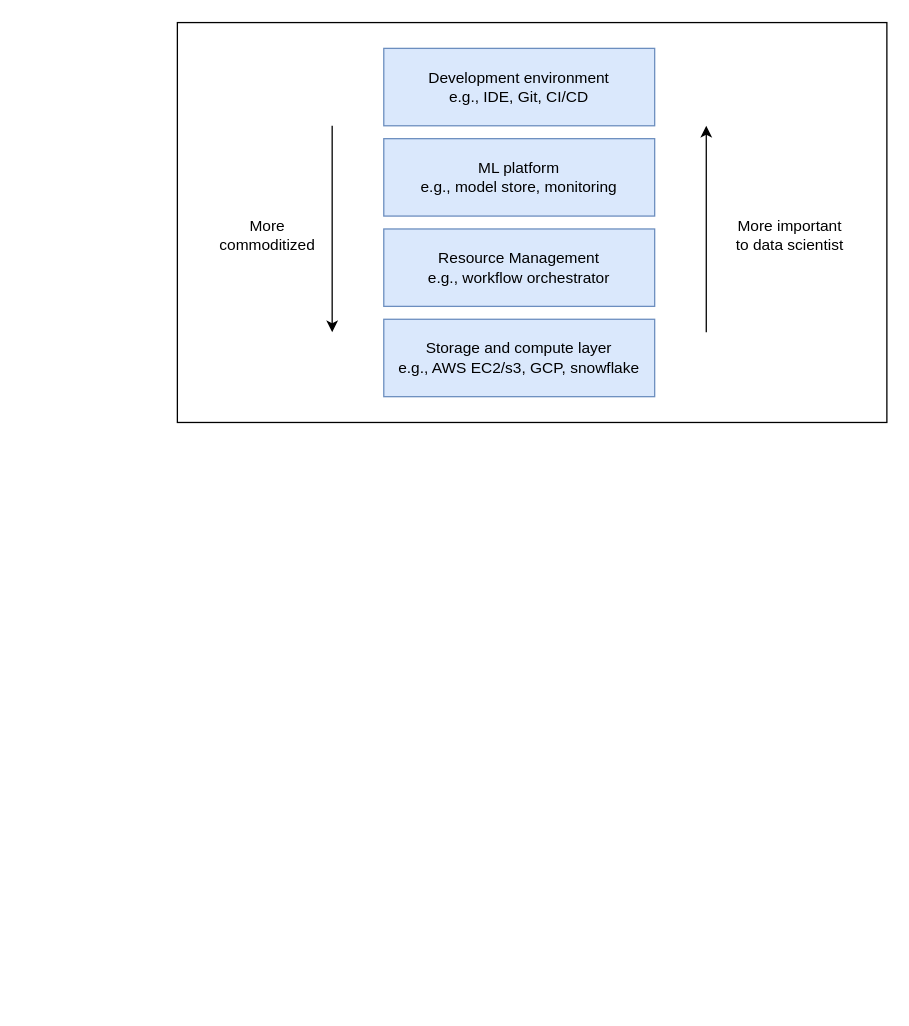
GuilinDev/Notes keeps this draw.io diagram as drawio/MLOps.drawio. Above is the earlier version. Source tidied: cells renumbered, new cells numbered last; positions are measured from the earlier drawing's top-left corner, leaving out a move shared by most shapes. Both pictures are drawn from the tidied source at 129%, with x=0, y=0 at pixel (177, 22).
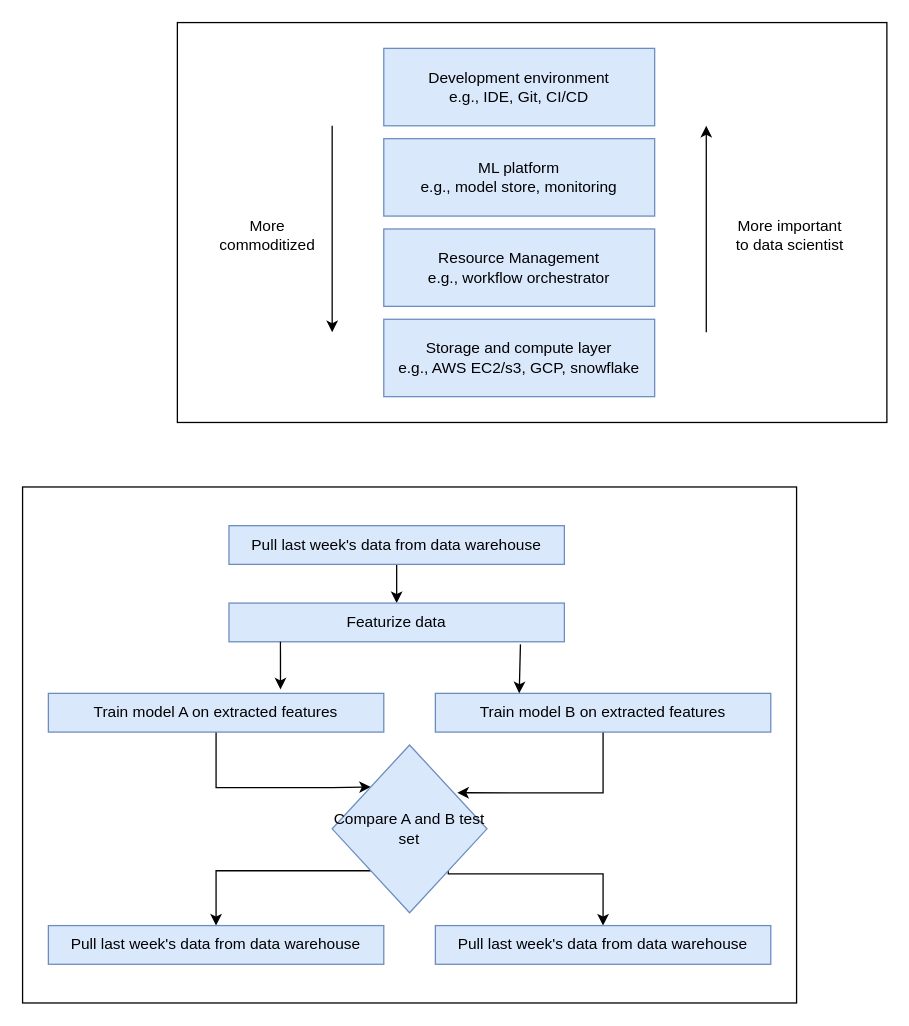
The same page after the edit.

Change to the diagram source:
```diff
@@
+    <mxCell id="11" style="rounded=0;whiteSpace=wrap;html=1;" parent="1" vertex="1">
+      <mxGeometry x="-120" y="360" width="600" height="400" as="geometry" />
+    </mxCell>
@@
+    <mxCell id="12" style="edgeStyle=orthogonalEdgeStyle;rounded=0;jettySize=auto;html=1;" parent="1" edge="1" source="13" target="14">
+      <mxGeometry relative="1" as="geometry" />
+    </mxCell>
+    <mxCell id="13" value="Pull last week's data from data warehouse" style="rounded=0;whiteSpace=wrap;html=1;fillColor=#dae8fc;strokeColor=#6c8ebf;" parent="1" vertex="1">
+      <mxGeometry x="40" y="390" width="260" height="30" as="geometry" />
+    </mxCell>
+    <mxCell id="14" value="Featurize data" style="rounded=0;whiteSpace=wrap;html=1;fillColor=#dae8fc;strokeColor=#6c8ebf;" parent="1" vertex="1">
+      <mxGeometry x="40" y="450" width="260" height="30" as="geometry" />
+    </mxCell>
+    <mxCell id="15" style="edgeStyle=orthogonalEdgeStyle;rounded=0;jettySize=auto;html=1;entryX=0;entryY=0;entryDx=0;entryDy=0;" parent="1" edge="1" source="16" target="21">
+      <mxGeometry relative="1" as="geometry">
+        <Array as="points">
+          <mxPoint x="30" y="593" />
+          <mxPoint x="120" y="593" />
+        </Array>
+      </mxGeometry>
+    </mxCell>
+    <mxCell id="16" value="Train model A on extracted features" style="rounded=0;whiteSpace=wrap;html=1;fillColor=#dae8fc;strokeColor=#6c8ebf;" parent="1" vertex="1">
+      <mxGeometry x="-100" y="520" width="260" height="30" as="geometry" />
+    </mxCell>
+    <mxCell id="17" style="edgeStyle=orthogonalEdgeStyle;rounded=0;jettySize=auto;html=1;entryX=0.808;entryY=0.285;entryDx=0;entryDy=0;entryPerimeter=0;" parent="1" edge="1" source="18" target="21">
+      <mxGeometry relative="1" as="geometry">
+        <Array as="points">
+          <mxPoint x="330" y="597" />
+        </Array>
+      </mxGeometry>
+    </mxCell>
+    <mxCell id="18" value="Train model B on extracted features" style="rounded=0;whiteSpace=wrap;html=1;fillColor=#dae8fc;strokeColor=#6c8ebf;" parent="1" vertex="1">
+      <mxGeometry x="200" y="520" width="260" height="30" as="geometry" />
+    </mxCell>
+    <mxCell id="19" style="edgeStyle=orthogonalEdgeStyle;rounded=0;jettySize=auto;html=1;exitX=0;exitY=1;exitDx=0;exitDy=0;" parent="1" edge="1" source="21" target="22">
+      <mxGeometry relative="1" as="geometry">
+        <Array as="points">
+          <mxPoint x="30" y="658" />
+        </Array>
+      </mxGeometry>
+    </mxCell>
+    <mxCell id="20" style="edgeStyle=orthogonalEdgeStyle;rounded=0;jettySize=auto;html=1;exitX=1;exitY=1;exitDx=0;exitDy=0;entryX=0.5;entryY=0;entryDx=0;entryDy=0;" parent="1" edge="1" source="21" target="23">
+      <mxGeometry relative="1" as="geometry">
+        <Array as="points">
+          <mxPoint x="210" y="660" />
+          <mxPoint x="330" y="660" />
+        </Array>
+      </mxGeometry>
+    </mxCell>
+    <mxCell id="21" value="Compare A and B test set" style="rhombus;whiteSpace=wrap;html=1;fillColor=#dae8fc;strokeColor=#6c8ebf;" parent="1" vertex="1">
+      <mxGeometry x="120" y="560" width="120" height="130" as="geometry" />
+    </mxCell>
+    <mxCell id="22" value="Pull last week's data from data warehouse" style="rounded=0;whiteSpace=wrap;html=1;fillColor=#dae8fc;strokeColor=#6c8ebf;" parent="1" vertex="1">
+      <mxGeometry x="-100" y="700" width="260" height="30" as="geometry" />
+    </mxCell>
+    <mxCell id="23" value="Pull last week's data from data warehouse" style="rounded=0;whiteSpace=wrap;html=1;fillColor=#dae8fc;strokeColor=#6c8ebf;" parent="1" vertex="1">
+      <mxGeometry x="200" y="700" width="260" height="30" as="geometry" />
+    </mxCell>
+    <mxCell id="24" style="endArrow=classic;html=1;rounded=0;exitX=0.169;exitY=1;exitDx=0;exitDy=0;exitPerimeter=0;entryX=0.692;entryY=-0.1;entryDx=0;entryDy=0;entryPerimeter=0;" parent="1" edge="1" target="16">
+      <mxGeometry relative="1" as="geometry">
+        <mxPoint x="79.9" y="480" as="sourcePoint" />
+      </mxGeometry>
+    </mxCell>
+    <mxCell id="25" style="endArrow=classic;html=1;rounded=0;exitX=0.869;exitY=1.067;exitDx=0;exitDy=0;exitPerimeter=0;entryX=0.25;entryY=0;entryDx=0;entryDy=0;" parent="1" edge="1" source="14" target="18">
+      <mxGeometry relative="1" as="geometry" />
+    </mxCell>
```
